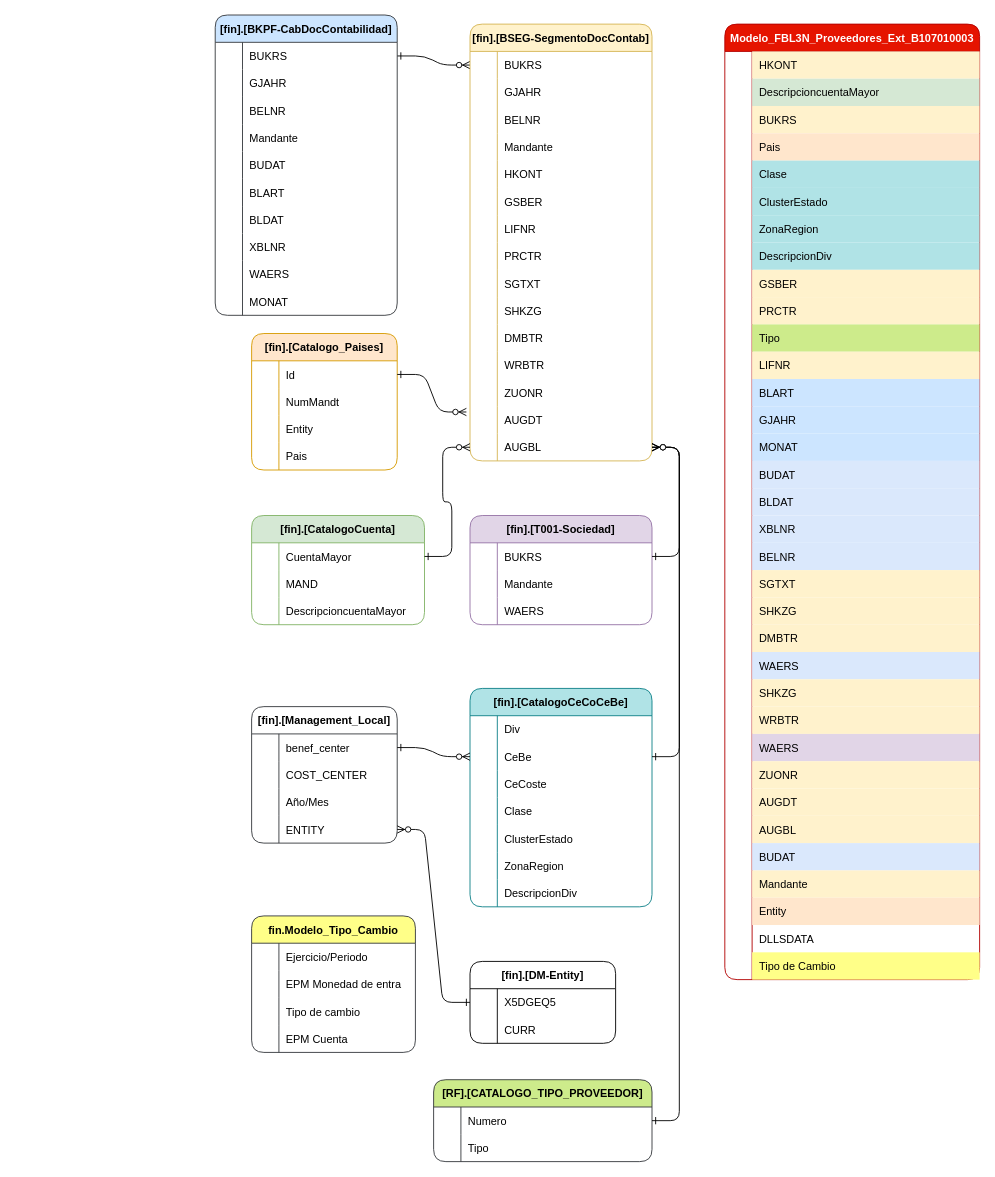
Before: ER_FBL3N_Proveedores_Ext.drawio in ale230131/ale230131, a draw.io diagram. Source tidied: cells renumbered, new cells numbered last; positions are measured from the earlier drawing's top-left corner, leaving out a move shared by most shapes. Both pictures are drawn from the tidied source at 91%, with x=0, y=0 at pixel (215, 15).
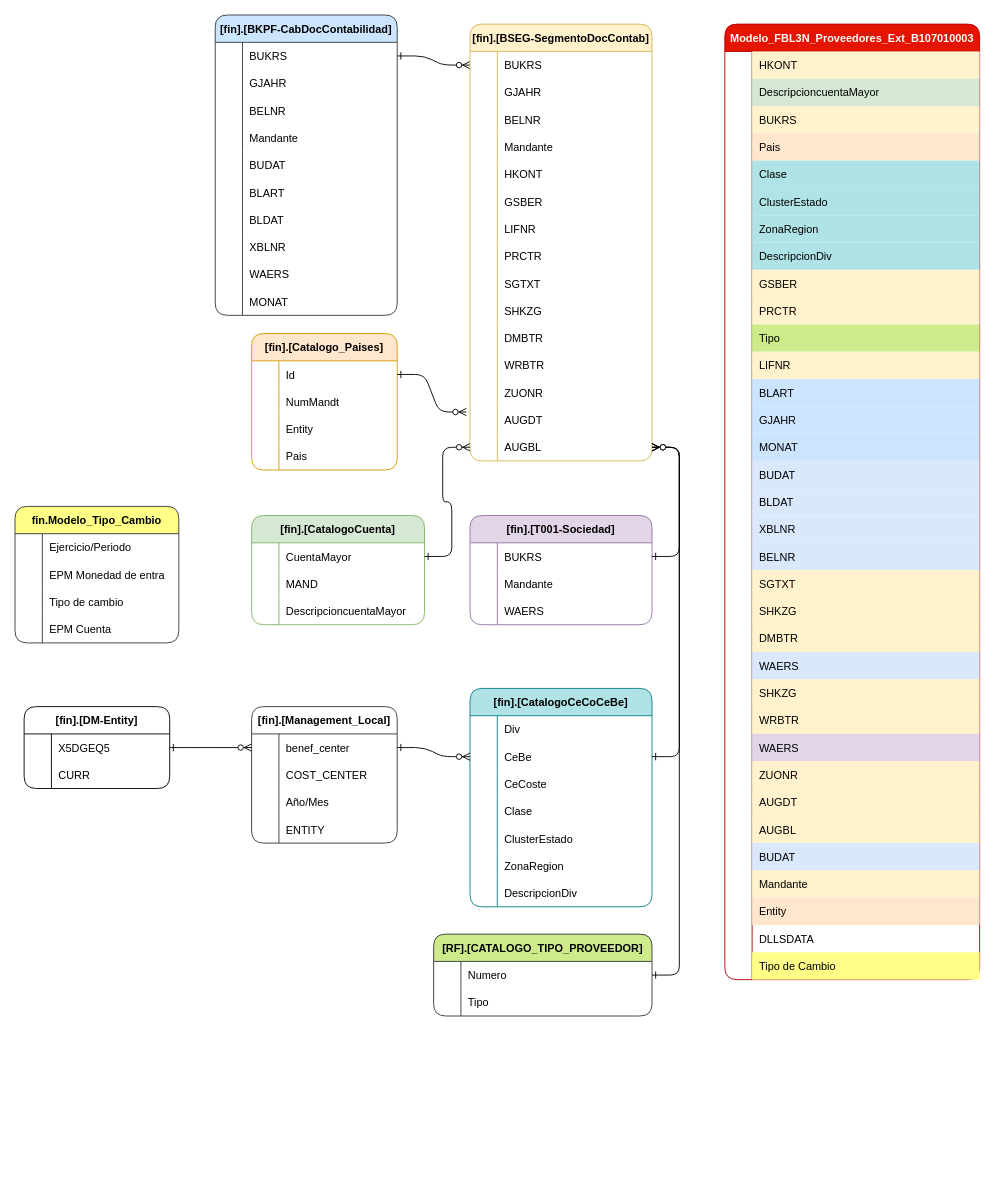
After the change.

Unchanged cells that the change refers to:
```xml
<mxCell id="208" style="shape=tableRow;horizontal=0;startSize=0;swimlaneHead=0;swimlaneBody=0;fillColor=none;points=[[0,0.5],[1,0.5]];portConstraint=eastwest;strokeColor=inherit;top=0;left=0;right=0;bottom=0;" parent="207" vertex="1">
  <mxGeometry y="30" width="160" height="30" as="geometry" />
</mxCell>
<mxCell id="217" style="shape=tableRow;horizontal=0;startSize=0;swimlaneHead=0;swimlaneBody=0;fillColor=none;points=[[0,0.5],[1,0.5]];portConstraint=eastwest;strokeColor=inherit;top=0;left=0;right=0;bottom=0;" parent="207" vertex="1">
  <mxGeometry y="120" width="160" height="30" as="geometry" />
</mxCell>
<mxCell id="221" style="shape=tableRow;horizontal=0;startSize=0;swimlaneHead=0;swimlaneBody=0;fillColor=none;points=[[0,0.5],[1,0.5]];portConstraint=eastwest;strokeColor=inherit;top=0;left=0;right=0;bottom=0;" parent="220" vertex="1">
  <mxGeometry y="30" width="160" height="30" as="geometry" />
</mxCell>
```

The edit, as a diff of the source:
```diff
@@
     <mxCell id="220" value="[fin].[DM-Entity]" style="shape=table;startSize=30;childLayout=tableLayout;rowLines=0;fontStyle=1;align=center;rounded=1;" parent="1" vertex="1">
-      <mxGeometry x="280" y="1040" width="160" height="90" as="geometry" />
+      <mxGeometry x="-210" y="760" width="160" height="90" as="geometry" />
     </mxCell>
@@
     <mxCell id="227" value="fin.Modelo_Tipo_Cambio" style="shape=table;startSize=30;childLayout=tableLayout;rowLines=0;fontStyle=1;align=center;rounded=1;fillColor=#ffff88;strokeColor=#36393d;" parent="1" vertex="1">
-      <mxGeometry x="40" y="990" width="180" height="150" as="geometry" />
+      <mxGeometry x="-220" y="540" width="180" height="150" as="geometry" />
     </mxCell>
@@
     <mxCell id="271" value="[RF].[CATALOGO_TIPO_PROVEEDOR]" style="shape=table;startSize=30;childLayout=tableLayout;rowLines=0;fontStyle=1;align=center;rounded=1;fillColor=#cdeb8b;strokeColor=#36393d;" parent="1" vertex="1">
-      <mxGeometry x="240" y="1170" width="240" height="90" as="geometry" />
+      <mxGeometry x="240" y="1010" width="240" height="90" as="geometry" />
     </mxCell>
@@
-    <mxCell id="283" style="edgeStyle=entityRelationEdgeStyle;endArrow=ERzeroToMany;startArrow=ERone;endFill=1;startFill=0;entryX=1;entryY=0.5;entryDx=0;entryDy=0;exitX=0;exitY=0.5;exitDx=0;exitDy=0;" parent="1" edge="1" source="221" target="217">
+    <mxCell id="283" style="edgeStyle=entityRelationEdgeStyle;endArrow=ERzeroToMany;startArrow=ERone;endFill=1;startFill=0;exitX=1;exitY=0.5;exitDx=0;exitDy=0;" parent="1" edge="1" source="221" target="208">
       <mxGeometry relative="1" as="geometry" />
     </mxCell>
```
